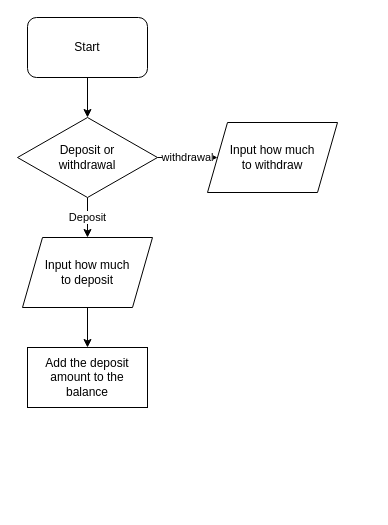
Earlier version of the draw.io diagram Lessons/Unit4/2.drawio (PPMAN123/ICS2D1). Source tidied: cells renumbered, new cells numbered last; positions are measured from the earlier drawing's top-left corner, leaving out a move shared by most shapes. Both pictures are drawn from the tidied source at 100%, with x=0, y=0 at pixel (17, 17).
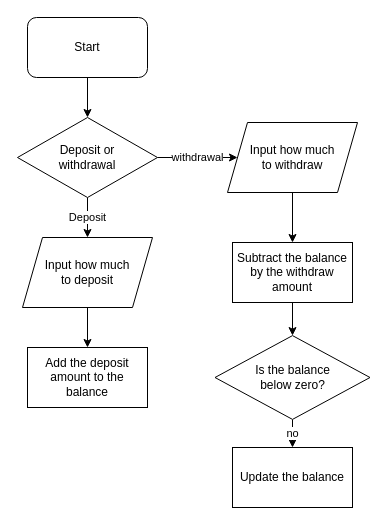
The same page after the edit.

The edit, as a diff of the source:
```diff
@@
 <mxGraphModel>
   <root>
     <mxCell id="0" />
     <mxCell id="1" parent="0" />
     <mxCell id="2" style="edgeStyle=orthogonalEdgeStyle;rounded=0;jettySize=auto;html=1;" parent="1" edge="1" source="3" target="6">
       <mxGeometry relative="1" as="geometry" />
     </mxCell>
     <mxCell id="3" value="Start" style="rounded=1;whiteSpace=wrap;html=1;" parent="1" vertex="1">
       <mxGeometry x="10" width="120" height="60" as="geometry" />
     </mxCell>
     <mxCell id="4" value="Deposit" style="edgeStyle=orthogonalEdgeStyle;rounded=0;jettySize=auto;html=1;exitX=0.5;exitY=1;exitDx=0;exitDy=0;" parent="1" edge="1" source="6" target="8">
       <mxGeometry relative="1" as="geometry" />
     </mxCell>
     <mxCell id="5" value="withdrawal" style="edgeStyle=orthogonalEdgeStyle;rounded=0;jettySize=auto;html=1;" parent="1" edge="1" source="6" target="9">
       <mxGeometry relative="1" as="geometry" />
     </mxCell>
     <mxCell id="6" value="Deposit or&lt;br&gt;withdrawal" style="rhombus;whiteSpace=wrap;html=1;" parent="1" vertex="1">
       <mxGeometry y="100" width="140" height="80" as="geometry" />
     </mxCell>
     <mxCell id="7" style="edgeStyle=orthogonalEdgeStyle;rounded=0;jettySize=auto;html=1;" parent="1" edge="1" source="8" target="10">
       <mxGeometry relative="1" as="geometry" />
     </mxCell>
     <mxCell id="8" value="Input how much&lt;br&gt;to deposit" style="shape=parallelogram;perimeter=parallelogramPerimeter;whiteSpace=wrap;html=1;fixedSize=1;" parent="1" vertex="1">
       <mxGeometry x="5" y="220" width="130" height="70" as="geometry" />
     </mxCell>
+    <mxCell id="11" style="edgeStyle=orthogonalEdgeStyle;rounded=0;jettySize=auto;html=1;" parent="1" edge="1" source="9" target="15">
+      <mxGeometry relative="1" as="geometry" />
+    </mxCell>
     <mxCell id="9" value="Input how much&lt;br&gt;to withdraw" style="shape=parallelogram;perimeter=parallelogramPerimeter;whiteSpace=wrap;html=1;fixedSize=1;" parent="1" vertex="1">
-      <mxGeometry x="190" y="105" width="130" height="70" as="geometry" />
+      <mxGeometry x="210" y="105" width="130" height="70" as="geometry" />
     </mxCell>
     <mxCell id="10" value="Add the deposit amount to the balance" style="rounded=0;whiteSpace=wrap;html=1;" parent="1" vertex="1">
       <mxGeometry x="10" y="330" width="120" height="60" as="geometry" />
     </mxCell>
+    <mxCell id="12" value="no" style="edgeStyle=orthogonalEdgeStyle;rounded=0;jettySize=auto;html=1;" parent="1" edge="1" source="13" target="16">
+      <mxGeometry relative="1" as="geometry" />
+    </mxCell>
+    <mxCell id="13" value="Is the balance &lt;br&gt;below zero?" style="rhombus;whiteSpace=wrap;html=1;" parent="1" vertex="1">
+      <mxGeometry x="197.5" y="318.1" width="155" height="83.8" as="geometry" />
+    </mxCell>
+    <mxCell id="14" style="edgeStyle=orthogonalEdgeStyle;rounded=0;jettySize=auto;html=1;" parent="1" edge="1" source="15" target="13">
+      <mxGeometry relative="1" as="geometry" />
+    </mxCell>
+    <mxCell id="15" value="Subtract the balance by the withdraw amount" style="rounded=0;whiteSpace=wrap;html=1;" parent="1" vertex="1">
+      <mxGeometry x="215" y="225" width="120" height="60" as="geometry" />
+    </mxCell>
+    <mxCell id="16" value="Update the balance" style="rounded=0;whiteSpace=wrap;html=1;" parent="1" vertex="1">
+      <mxGeometry x="215" y="430" width="120" height="60" as="geometry" />
+    </mxCell>
   </root>
 </mxGraphModel>
```
